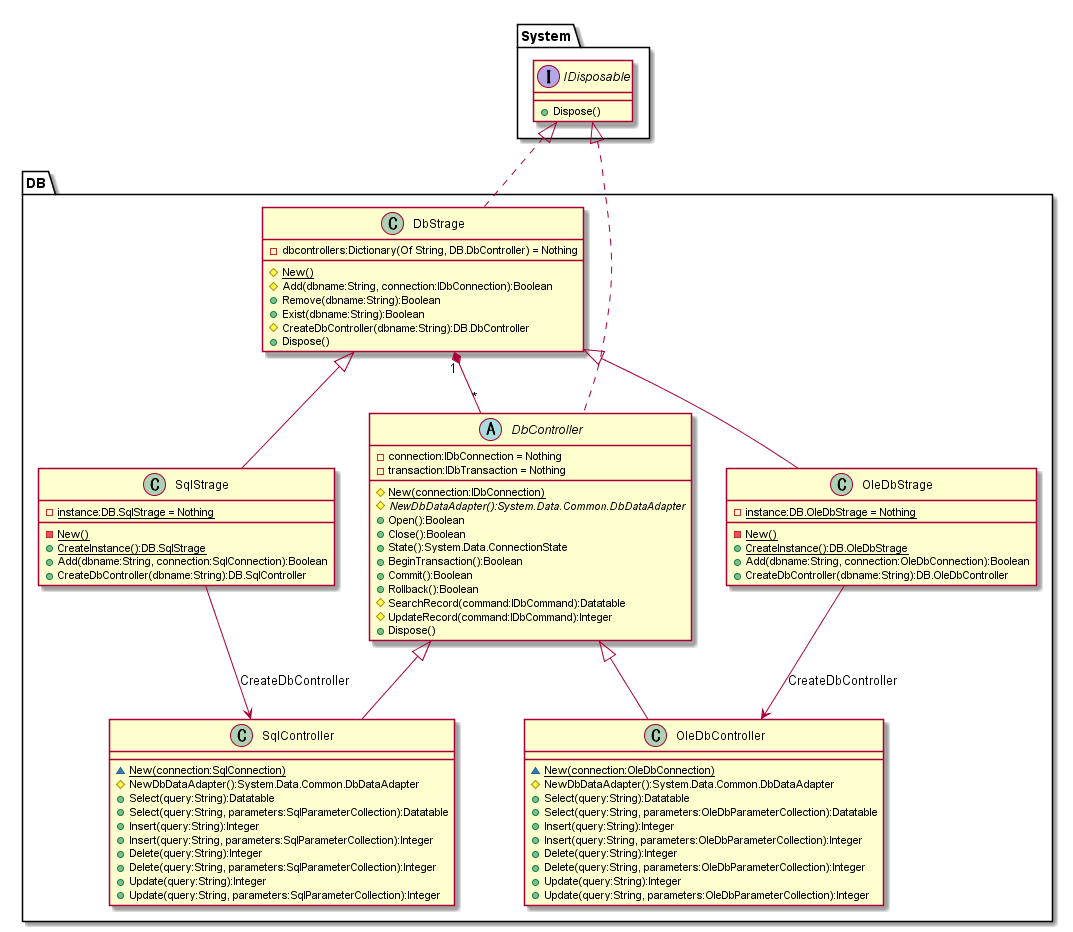
hirorich/CommonTool keeps this PlantUML diagram as doc/ClassDiagram/DbControll.png. Above is the earlier version.
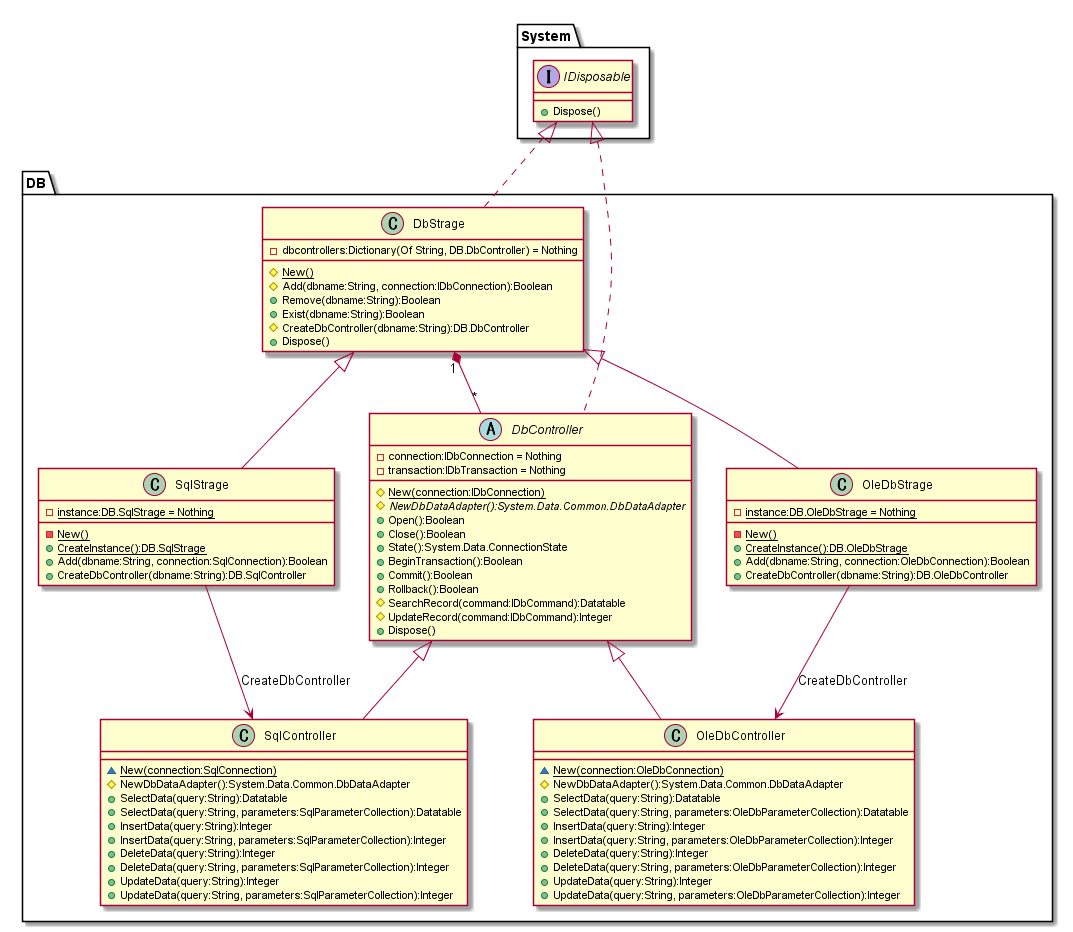
The same file after the commit.

Commit message:
一部関数名のリネーム

Change to the diagram source:
```diff
@@ -58,14 +58,14 @@
 
   ~ {static} New(connection:SqlConnection)
   # NewDbDataAdapter():System.Data.Common.DbDataAdapter
-  + Select(query:String):Datatable
-  + Select(query:String, parameters:SqlParameterCollection):Datatable
-  + Insert(query:String):Integer
-  + Insert(query:String, parameters:SqlParameterCollection):Integer
-  + Delete(query:String):Integer
-  + Delete(query:String, parameters:SqlParameterCollection):Integer
-  + Update(query:String):Integer
-  + Update(query:String, parameters:SqlParameterCollection):Integer
+  + SelectData(query:String):Datatable
+  + SelectData(query:String, parameters:SqlParameterCollection):Datatable
+  + InsertData(query:String):Integer
+  + InsertData(query:String, parameters:SqlParameterCollection):Integer
+  + DeleteData(query:String):Integer
+  + DeleteData(query:String, parameters:SqlParameterCollection):Integer
+  + UpdateData(query:String):Integer
+  + UpdateData(query:String, parameters:SqlParameterCollection):Integer
 }
 DB.DbController <|-- DB.SqlController
 
@@ -73,14 +73,14 @@
 
   ~ {static} New(connection:OleDbConnection)
   # NewDbDataAdapter():System.Data.Common.DbDataAdapter
-  + Select(query:String):Datatable
-  + Select(query:String, parameters:OleDbParameterCollection):Datatable
-  + Insert(query:String):Integer
-  + Insert(query:String, parameters:OleDbParameterCollection):Integer
-  + Delete(query:String):Integer
-  + Delete(query:String, parameters:OleDbParameterCollection):Integer
-  + Update(query:String):Integer
-  + Update(query:String, parameters:OleDbParameterCollection):Integer
+  + SelectData(query:String):Datatable
+  + SelectData(query:String, parameters:OleDbParameterCollection):Datatable
+  + InsertData(query:String):Integer
+  + InsertData(query:String, parameters:OleDbParameterCollection):Integer
+  + DeleteData(query:String):Integer
+  + DeleteData(query:String, parameters:OleDbParameterCollection):Integer
+  + UpdateData(query:String):Integer
+  + UpdateData(query:String, parameters:OleDbParameterCollection):Integer
 }
 DB.DbController <|-- DB.OleDbController
 
```
